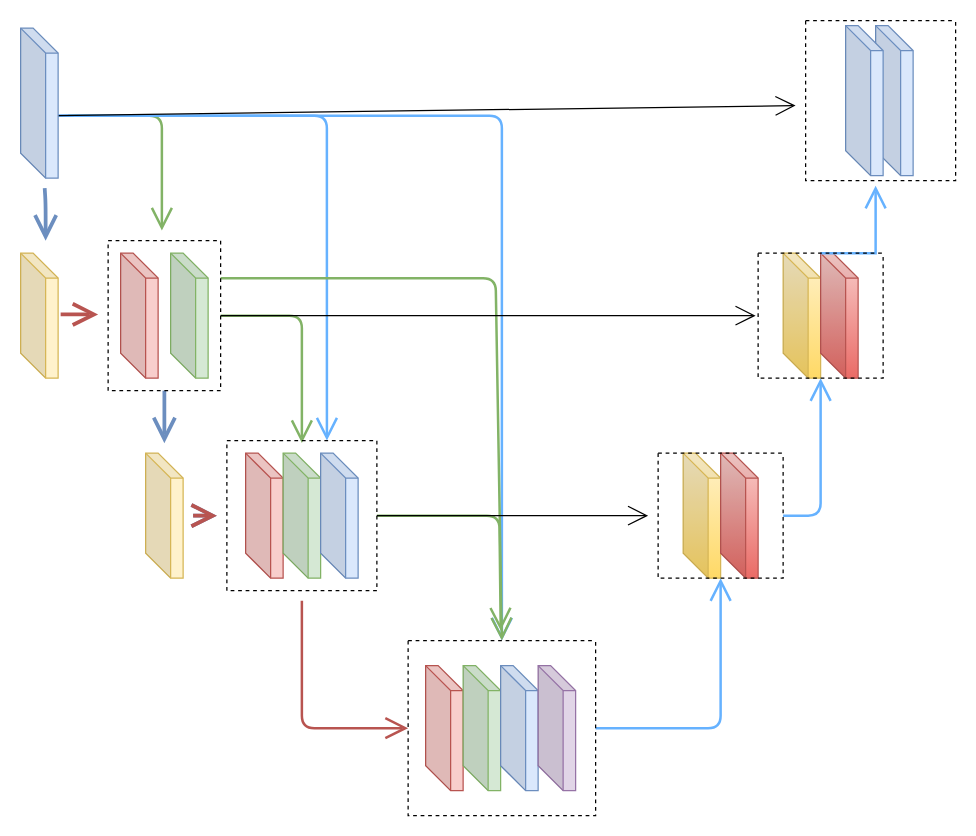
Above: page "Page-1" (1 of 2) of Untitled Diagram.drawio in zepherusqin/zepherusqin.github.io (draw.io), before the change. Source tidied: cells renumbered, new cells numbered last; positions are measured from the earlier drawing's top-left corner, leaving out a move shared by most shapes. Both pictures are drawn from the tidied source at 125%, with x=0, y=0 at pixel (20, 20).
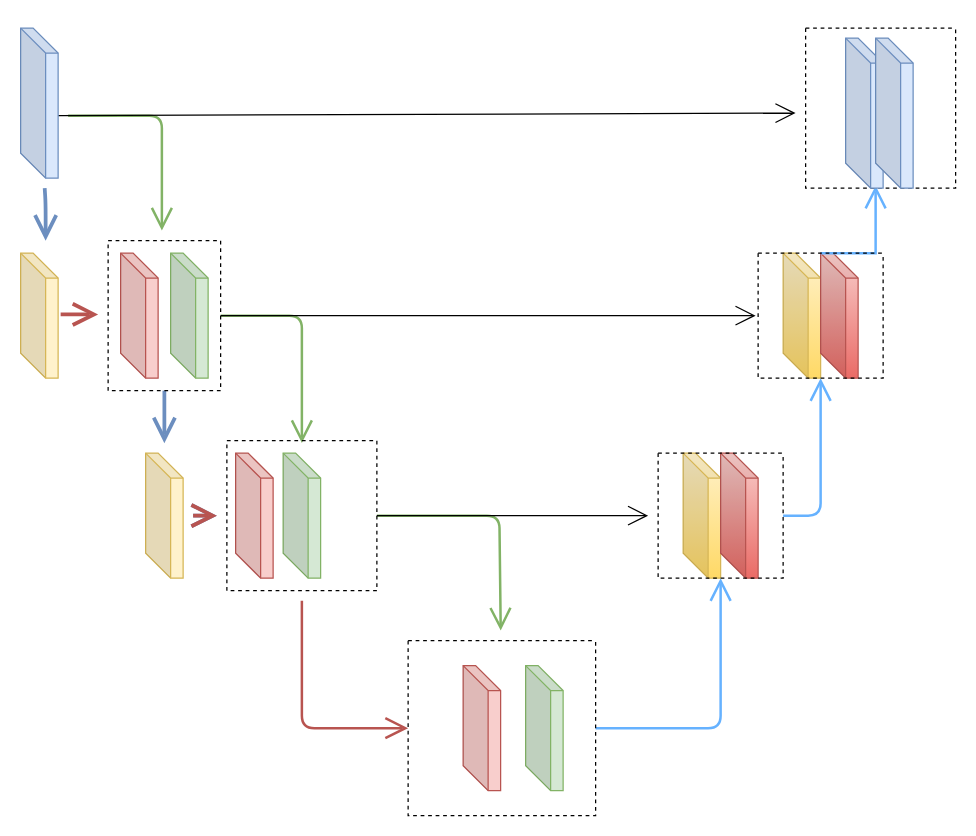
The same page after the edit.

The change refers to these unchanged cells:
```xml
<mxCell id="7" style="shape=cube;whiteSpace=wrap;html=1;boundedLbl=1;backgroundOutline=1;darkOpacity=0.05;darkOpacity2=0.1;fillColor=#dae8fc;strokeColor=#6c8ebf;" parent="1" vertex="1">
  <mxGeometry y="6" width="30" height="120" as="geometry" />
</mxCell>
<mxCell id="18" style="rounded=0;whiteSpace=wrap;html=1;hachureGap=4;shadow=0;glass=0;sketch=0;fillStyle=auto;fillColor=none;dashed=1;" parent="1" vertex="1">
  <mxGeometry x="70" y="176" width="90" height="120" as="geometry" />
</mxCell>
<mxCell id="29" style="whiteSpace=wrap;html=1;rounded=0;shadow=0;glass=0;dashed=1;sketch=0;hachureGap=4;fillColor=none;gradientDirection=south;" parent="1" vertex="1">
  <mxGeometry x="165" y="336" width="120" height="120" as="geometry" />
</mxCell>
<mxCell id="35" style="swimlane;startSize=0;rounded=0;shadow=0;glass=0;dashed=1;sketch=0;hachureGap=4;fillColor=none;gradientDirection=south;" parent="1" vertex="1">
  <mxGeometry x="310" y="496" width="150" height="140" as="geometry" />
</mxCell>
```

What changed in the source:
```diff
@@
-    <mxCell id="4" style="edgeStyle=none;rounded=1;jettySize=auto;html=1;exitX=0;exitY=0;exitDx=30;exitDy=70;exitPerimeter=0;entryX=0.667;entryY=0;entryDx=0;entryDy=0;entryPerimeter=0;endArrow=open;startSize=14;endSize=14;sourcePerimeterSpacing=8;targetPerimeterSpacing=8;strokeColor=#66B2FF;strokeWidth=2;" parent="1" edge="1" source="7" target="29">
-      <mxGeometry relative="1" as="geometry">
-        <Array as="points">
-          <mxPoint x="245" y="76" />
-        </Array>
-      </mxGeometry>
-    </mxCell>
-    <mxCell id="5" style="edgeStyle=none;rounded=1;jettySize=auto;html=1;exitX=0;exitY=0;exitDx=30;exitDy=70;exitPerimeter=0;entryX=0.5;entryY=0;entryDx=0;entryDy=0;endArrow=open;startSize=14;endSize=14;sourcePerimeterSpacing=8;targetPerimeterSpacing=8;strokeColor=#66B2FF;strokeWidth=2;" parent="1" edge="1" source="7" target="35">
-      <mxGeometry relative="1" as="geometry">
-        <Array as="points">
-          <mxPoint x="385" y="76" />
-        </Array>
-      </mxGeometry>
-    </mxCell>
@@
-    <mxCell id="10" style="shape=cube;whiteSpace=wrap;html=1;boundedLbl=1;backgroundOutline=1;darkOpacity=0.05;darkOpacity2=0.1;fillColor=#dae8fc;strokeColor=#6c8ebf;" parent="1" vertex="1">
-      <mxGeometry x="684" y="4" width="30" height="120" as="geometry" />
-    </mxCell>
@@
-    <mxCell id="16" style="edgeStyle=none;rounded=1;jettySize=auto;html=1;exitX=1;exitY=0.25;exitDx=0;exitDy=0;entryX=0.5;entryY=0;entryDx=0;entryDy=0;endArrow=open;startSize=14;endSize=14;sourcePerimeterSpacing=8;targetPerimeterSpacing=8;strokeColor=#82B366;strokeWidth=2;" parent="1" edge="1" source="18" target="35">
-      <mxGeometry relative="1" as="geometry">
-        <Array as="points">
-          <mxPoint x="380" y="206" />
-        </Array>
-      </mxGeometry>
-    </mxCell>
@@
     <mxCell id="22" style="shape=cube;whiteSpace=wrap;html=1;boundedLbl=1;backgroundOutline=1;darkOpacity=0.05;darkOpacity2=0.1;fillColor=#f8cecc;strokeColor=#b85450;" parent="1" vertex="1">
-      <mxGeometry x="180" y="346" width="30" height="100" as="geometry" />
+      <mxGeometry x="172" y="346" width="30" height="100" as="geometry" />
     </mxCell>
@@
-    <mxCell id="24" style="shape=cube;whiteSpace=wrap;html=1;boundedLbl=1;backgroundOutline=1;darkOpacity=0.05;darkOpacity2=0.1;fillColor=#dae8fc;strokeColor=#6c8ebf;" parent="1" vertex="1">
-      <mxGeometry x="240" y="346" width="30" height="100" as="geometry" />
-    </mxCell>
@@
-    <mxCell id="30" style="shape=cube;whiteSpace=wrap;html=1;boundedLbl=1;backgroundOutline=1;darkOpacity=0.05;darkOpacity2=0.1;fillColor=#f8cecc;strokeColor=#b85450;" parent="1" vertex="1">
-      <mxGeometry x="324" y="516" width="30" height="100" as="geometry" />
-    </mxCell>
-    <mxCell id="31" style="shape=cube;whiteSpace=wrap;html=1;boundedLbl=1;backgroundOutline=1;darkOpacity=0.05;darkOpacity2=0.1;fillColor=#d5e8d4;strokeColor=#82b366;" parent="1" vertex="1">
-      <mxGeometry x="354" y="516" width="30" height="100" as="geometry" />
-    </mxCell>
-    <mxCell id="32" style="shape=cube;whiteSpace=wrap;html=1;boundedLbl=1;backgroundOutline=1;darkOpacity=0.05;darkOpacity2=0.1;fillColor=#dae8fc;strokeColor=#6c8ebf;" parent="1" vertex="1">
-      <mxGeometry x="384" y="516" width="30" height="100" as="geometry" />
-    </mxCell>
-    <mxCell id="33" style="shape=cube;whiteSpace=wrap;html=1;boundedLbl=1;backgroundOutline=1;darkOpacity=0.05;darkOpacity2=0.1;fillColor=#e1d5e7;strokeColor=#9673a6;" parent="1" vertex="1">
-      <mxGeometry x="414" y="516" width="30" height="100" as="geometry" />
-    </mxCell>
@@
+    <mxCell id="31" style="shape=cube;whiteSpace=wrap;html=1;boundedLbl=1;backgroundOutline=1;darkOpacity=0.05;darkOpacity2=0.1;fillColor=#d5e8d4;strokeColor=#82b366;" parent="35" vertex="1">
+      <mxGeometry x="94" y="20" width="30" height="100" as="geometry" />
+    </mxCell>
+    <mxCell id="30" style="shape=cube;whiteSpace=wrap;html=1;boundedLbl=1;backgroundOutline=1;darkOpacity=0.05;darkOpacity2=0.1;fillColor=#f8cecc;strokeColor=#b85450;" parent="35" vertex="1">
+      <mxGeometry x="44" y="20" width="30" height="100" as="geometry" />
+    </mxCell>
@@
+    <mxCell id="44" style="swimlane;startSize=0;rounded=0;shadow=0;glass=0;dashed=1;sketch=0;hachureGap=4;fillColor=none;gradientDirection=south;" parent="1" vertex="1">
+      <mxGeometry x="628" y="6" width="120" height="128" as="geometry" />
+    </mxCell>
-    <mxCell id="43" style="shape=cube;whiteSpace=wrap;html=1;boundedLbl=1;backgroundOutline=1;darkOpacity=0.05;darkOpacity2=0.1;fillColor=#dae8fc;strokeColor=#6c8ebf;" parent="1" vertex="1">
-      <mxGeometry x="660" y="4" width="30" height="120" as="geometry" />
+    <mxCell id="43" style="shape=cube;whiteSpace=wrap;html=1;boundedLbl=1;backgroundOutline=1;darkOpacity=0.05;darkOpacity2=0.1;fillColor=#dae8fc;strokeColor=#6c8ebf;" parent="44" vertex="1">
+      <mxGeometry x="32" y="8" width="30" height="120" as="geometry" />
     </mxCell>
-    <mxCell id="44" style="swimlane;startSize=0;rounded=0;shadow=0;glass=0;dashed=1;sketch=0;hachureGap=4;fillColor=none;gradientDirection=south;" parent="1" vertex="1">
-      <mxGeometry x="628" width="120" height="128" as="geometry" />
-    </mxCell>
+    <mxCell id="10" style="shape=cube;whiteSpace=wrap;html=1;boundedLbl=1;backgroundOutline=1;darkOpacity=0.05;darkOpacity2=0.1;fillColor=#dae8fc;strokeColor=#6c8ebf;" parent="44" vertex="1">
+      <mxGeometry x="56" y="8" width="30" height="120" as="geometry" />
+    </mxCell>
```
